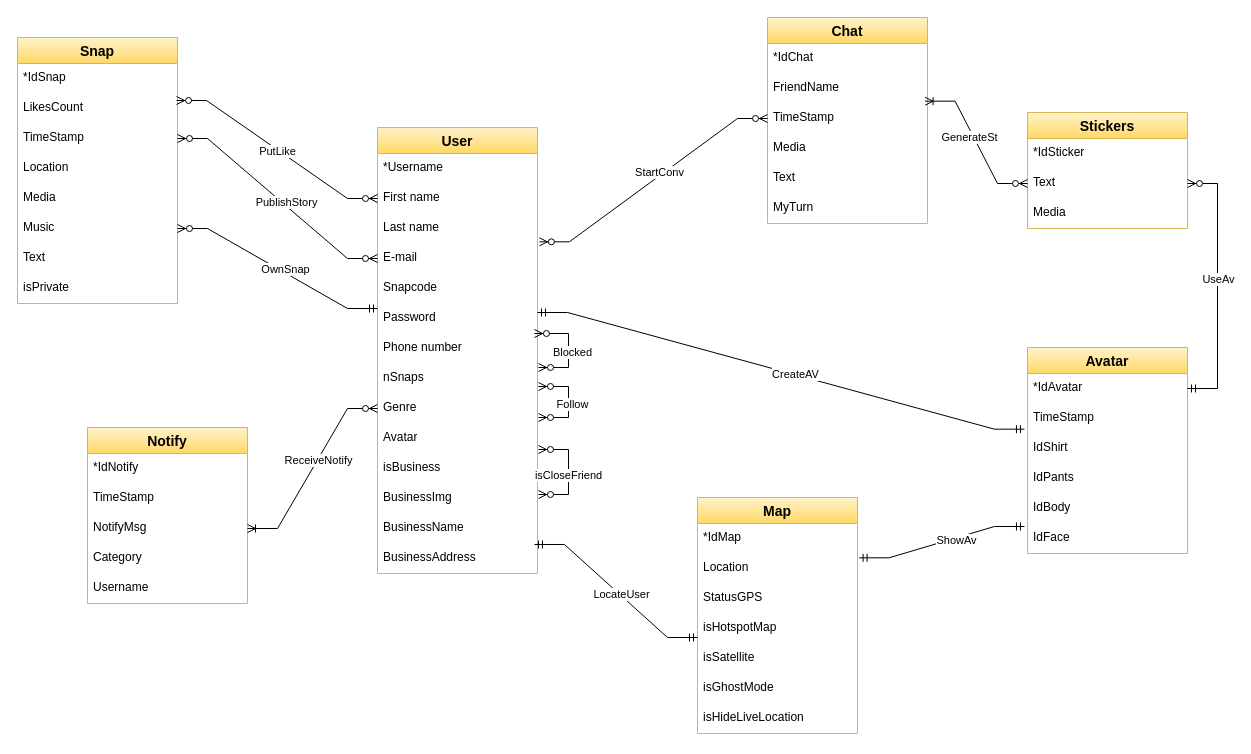
Above: nuovo-schema-ER.drawio in Antonet99/noSQL-Snapchat (draw.io), before the change. Source tidied: cells renumbered, new cells numbered last; positions are measured from the earlier drawing's top-left corner, leaving out a move shared by most shapes. Both pictures are drawn from the tidied source at 100%, with x=0, y=0 at pixel (17, 17).
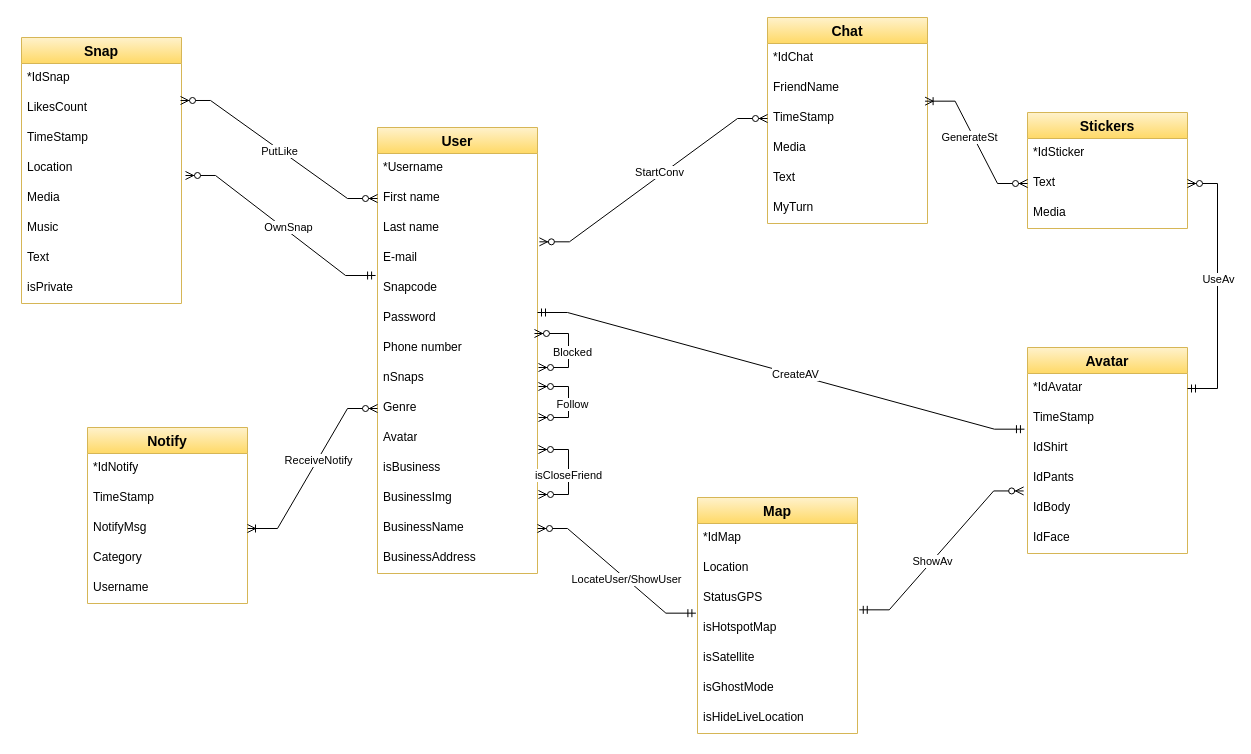
The same page after the edit.

The change refers to these unchanged cells:
```xml
<mxCell id="6" value="E-mail" style="text;strokeColor=none;fillColor=none;spacingLeft=4;spacingRight=4;overflow=hidden;points=[[0,0.5],[1,0.5]];portConstraint=eastwest;fontSize=12;whiteSpace=wrap;html=1;" parent="2" vertex="1">
  <mxGeometry y="116" width="160" height="30" as="geometry" />
</mxCell>
<mxCell id="7" value="Snapcode" style="text;strokeColor=none;fillColor=none;spacingLeft=4;spacingRight=4;overflow=hidden;points=[[0,0.5],[1,0.5]];portConstraint=eastwest;fontSize=12;whiteSpace=wrap;html=1;" parent="2" vertex="1">
  <mxGeometry y="146" width="160" height="30" as="geometry" />
</mxCell>
<mxCell id="8" value="Password" style="text;strokeColor=none;fillColor=none;spacingLeft=4;spacingRight=4;overflow=hidden;points=[[0,0.5],[1,0.5]];portConstraint=eastwest;fontSize=12;whiteSpace=wrap;html=1;" parent="2" vertex="1">
  <mxGeometry y="176" width="160" height="30" as="geometry" />
</mxCell>
<mxCell id="15" value="BusinessName" style="text;strokeColor=none;fillColor=none;spacingLeft=4;spacingRight=4;overflow=hidden;points=[[0,0.5],[1,0.5]];portConstraint=eastwest;fontSize=12;whiteSpace=wrap;html=1;" parent="2" vertex="1">
  <mxGeometry y="386" width="160" height="30" as="geometry" />
</mxCell>
<mxCell id="16" value="BusinessAddress" style="text;strokeColor=none;fillColor=none;spacingLeft=4;spacingRight=4;overflow=hidden;points=[[0,0.5],[1,0.5]];portConstraint=eastwest;fontSize=12;whiteSpace=wrap;html=1;" parent="2" vertex="1">
  <mxGeometry y="416" width="160" height="30" as="geometry" />
</mxCell>
<mxCell id="18" value="*IdMap" style="text;strokeColor=none;fillColor=none;spacingLeft=4;spacingRight=4;overflow=hidden;points=[[0,0.5],[1,0.5]];portConstraint=eastwest;fontSize=12;whiteSpace=wrap;html=1;" parent="17" vertex="1">
  <mxGeometry y="26" width="160" height="30" as="geometry" />
</mxCell>
<mxCell id="21" value="&lt;div&gt;isHotspotMap&lt;/div&gt;&lt;div&gt;&lt;br&gt;&lt;/div&gt;" style="text;strokeColor=none;fillColor=none;spacingLeft=4;spacingRight=4;overflow=hidden;points=[[0,0.5],[1,0.5]];portConstraint=eastwest;fontSize=12;whiteSpace=wrap;html=1;" parent="17" vertex="1">
  <mxGeometry y="116" width="160" height="30" as="geometry" />
</mxCell>
<mxCell id="35" value="TimeStamp" style="text;strokeColor=none;fillColor=none;spacingLeft=4;spacingRight=4;overflow=hidden;points=[[0,0.5],[1,0.5]];portConstraint=eastwest;fontSize=12;whiteSpace=wrap;html=1;" parent="32" vertex="1">
  <mxGeometry y="86" width="160" height="30" as="geometry" />
</mxCell>
<mxCell id="36" value="Location" style="text;strokeColor=none;fillColor=none;spacingLeft=4;spacingRight=4;overflow=hidden;points=[[0,0.5],[1,0.5]];portConstraint=eastwest;fontSize=12;whiteSpace=wrap;html=1;" parent="32" vertex="1">
  <mxGeometry y="116" width="160" height="30" as="geometry" />
</mxCell>
<mxCell id="38" value="Music" style="text;strokeColor=none;fillColor=none;spacingLeft=4;spacingRight=4;overflow=hidden;points=[[0,0.5],[1,0.5]];portConstraint=eastwest;fontSize=12;whiteSpace=wrap;html=1;" parent="32" vertex="1">
  <mxGeometry y="176" width="160" height="30" as="geometry" />
</mxCell>
<mxCell id="46" value="IdBody" style="text;strokeColor=none;fillColor=none;spacingLeft=4;spacingRight=4;overflow=hidden;points=[[0,0.5],[1,0.5]];portConstraint=eastwest;fontSize=12;whiteSpace=wrap;html=1;" parent="41" vertex="1">
  <mxGeometry y="146" width="160" height="30" as="geometry" />
</mxCell>
<mxCell id="47" value="IdFace" style="text;strokeColor=none;fillColor=none;spacingLeft=4;spacingRight=4;overflow=hidden;points=[[0,0.5],[1,0.5]];portConstraint=eastwest;fontSize=12;whiteSpace=wrap;html=1;" parent="41" vertex="1">
  <mxGeometry y="176" width="160" height="30" as="geometry" />
</mxCell>
```

Diff of the diagram source:
```diff
@@
     <mxCell id="32" value="Snap" style="swimlane;fontStyle=1;horizontal=1;startSize=26;align=center;fontSize=14;fillColor=#fff2cc;strokeColor=#d6b656;gradientColor=#ffd966;" parent="1" vertex="1">
-      <mxGeometry y="20" width="160" height="266" as="geometry" />
+      <mxGeometry x="4" y="20" width="160" height="266" as="geometry" />
     </mxCell>
@@
-    <mxCell id="54" style="edgeStyle=entityRelationEdgeStyle;fontSize=12;html=1;endArrow=ERmandOne;startArrow=ERmandOne;rounded=0;entryX=0;entryY=0.5;entryDx=0;entryDy=0;exitX=0.981;exitY=0.033;exitDx=0;exitDy=0;exitPerimeter=0;" parent="1" edge="1" source="16">
-      <mxGeometry relative="1" as="geometry">
-        <mxPoint x="680" y="620" as="targetPoint" />
-      </mxGeometry>
-    </mxCell>
-    <mxCell id="55" value="LocateUser" style="edgeLabel;html=1;align=center;verticalAlign=middle;" parent="54" vertex="1">
-      <mxGeometry x="0.06" y="1" relative="1" as="geometry" />
-    </mxCell>
@@
-    <mxCell id="66" style="edgeStyle=entityRelationEdgeStyle;fontSize=12;html=1;endArrow=ERmandOne;startArrow=ERmandOne;rounded=0;entryX=-0.019;entryY=0.1;entryDx=0;entryDy=0;entryPerimeter=0;exitX=1.01;exitY=1.144;exitDx=0;exitDy=0;exitPerimeter=0;" parent="1" edge="1" source="18" target="47">
-      <mxGeometry relative="1" as="geometry" />
-    </mxCell>
-    <mxCell id="67" value="ShowAv" style="edgeLabel;html=1;align=center;verticalAlign=middle;" parent="66" vertex="1">
-      <mxGeometry x="0.18" y="-2" relative="1" as="geometry">
-        <mxPoint x="-1" as="offset" />
-      </mxGeometry>
-    </mxCell>
@@
-    <mxCell id="76" style="edgeStyle=entityRelationEdgeStyle;fontSize=12;html=1;endArrow=ERzeroToMany;endFill=1;startArrow=ERzeroToMany;rounded=0;entryX=1;entryY=0.5;entryDx=0;entryDy=0;exitX=0;exitY=0.5;exitDx=0;exitDy=0;" parent="1" edge="1" source="6" target="35">
-      <mxGeometry relative="1" as="geometry" />
-    </mxCell>
-    <mxCell id="77" value="PublishStory" style="edgeLabel;html=1;align=center;verticalAlign=middle;" parent="76" vertex="1">
-      <mxGeometry x="-0.07" y="-3" relative="1" as="geometry" />
-    </mxCell>
@@
-    <mxCell id="82" style="edgeStyle=entityRelationEdgeStyle;fontSize=12;html=1;endArrow=ERzeroToMany;startArrow=ERmandOne;rounded=0;entryX=1;entryY=0.5;entryDx=0;entryDy=0;exitX=0;exitY=0.167;exitDx=0;exitDy=0;exitPerimeter=0;" parent="1" edge="1" source="8" target="38">
+    <mxCell id="82" style="edgeStyle=entityRelationEdgeStyle;fontSize=12;html=1;endArrow=ERzeroToMany;startArrow=ERmandOne;rounded=0;entryX=1.025;entryY=0.733;entryDx=0;entryDy=0;exitX=-0.012;exitY=0.067;exitDx=0;exitDy=0;exitPerimeter=0;entryPerimeter=0;" parent="1" edge="1" source="7" target="36">
       <mxGeometry relative="1" as="geometry" />
     </mxCell>
@@
+    <mxCell id="84" style="edgeStyle=entityRelationEdgeStyle;fontSize=12;html=1;endArrow=ERzeroToMany;startArrow=ERmandOne;rounded=0;entryX=1;entryY=0.5;entryDx=0;entryDy=0;exitX=-0.01;exitY=-0.011;exitDx=0;exitDy=0;exitPerimeter=0;" parent="1" edge="1" source="21" target="15">
+      <mxGeometry relative="1" as="geometry" />
+    </mxCell>
+    <mxCell id="85" value="LocateUser/ShowUser" style="edgeLabel;html=1;align=center;verticalAlign=middle;" parent="84" vertex="1">
+      <mxGeometry x="-0.13" relative="1" as="geometry" />
+    </mxCell>
+    <mxCell id="86" style="edgeStyle=entityRelationEdgeStyle;fontSize=12;html=1;endArrow=ERzeroToMany;startArrow=ERmandOne;rounded=0;entryX=-0.024;entryY=-0.085;entryDx=0;entryDy=0;exitX=1.011;exitY=-0.122;exitDx=0;exitDy=0;exitPerimeter=0;entryPerimeter=0;" parent="1" edge="1" source="21" target="46">
+      <mxGeometry relative="1" as="geometry" />
+    </mxCell>
+    <mxCell id="67" value="ShowAv" style="edgeLabel;html=1;align=center;verticalAlign=middle;" parent="86" vertex="1">
+      <mxGeometry x="-0.13" relative="1" as="geometry" />
+    </mxCell>
```
